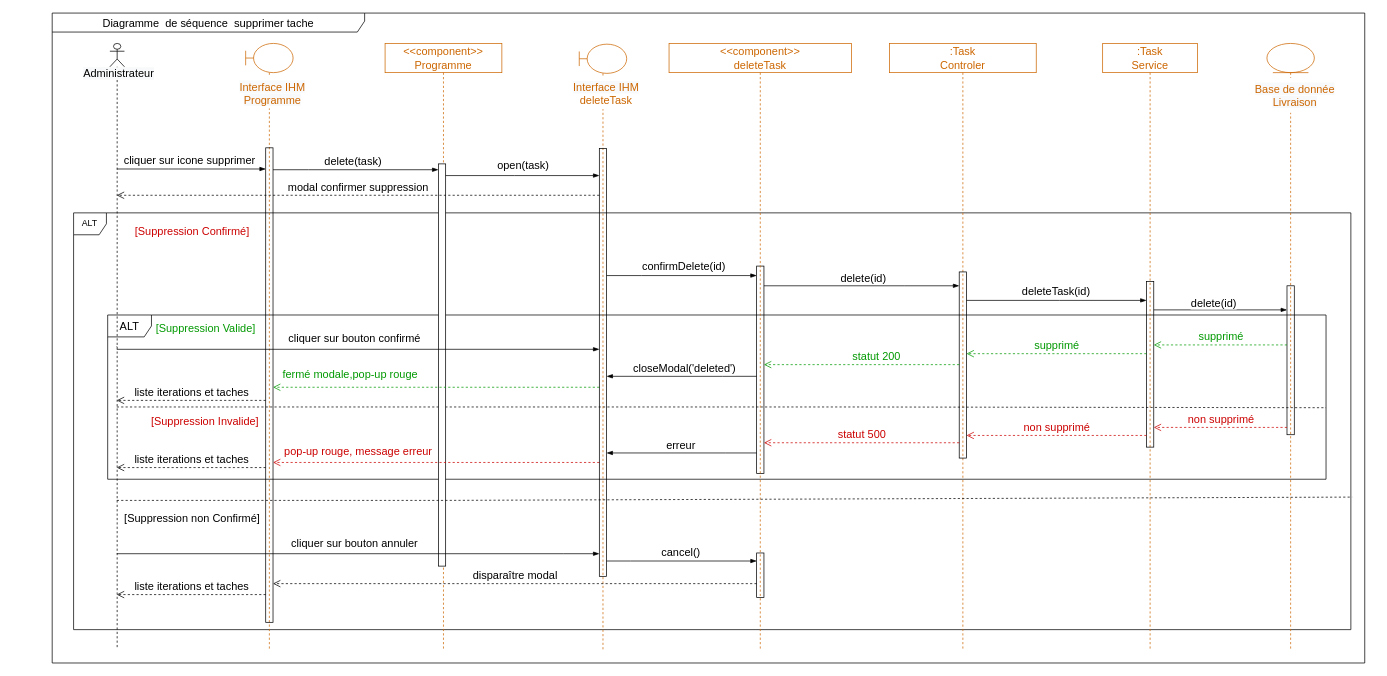
Above: page "Page-2" (2 of 2) of Delivery/Iteration&taskDiagrammeSequence.drawio in ZidiMedAmine/UML (draw.io), before the change. Source tidied: cells renumbered, new cells numbered last; positions are measured from the earlier drawing's top-left corner, leaving out a move shared by most shapes. Both pictures are drawn from the tidied source at 73%, with x=0, y=0 at pixel (12, 12).
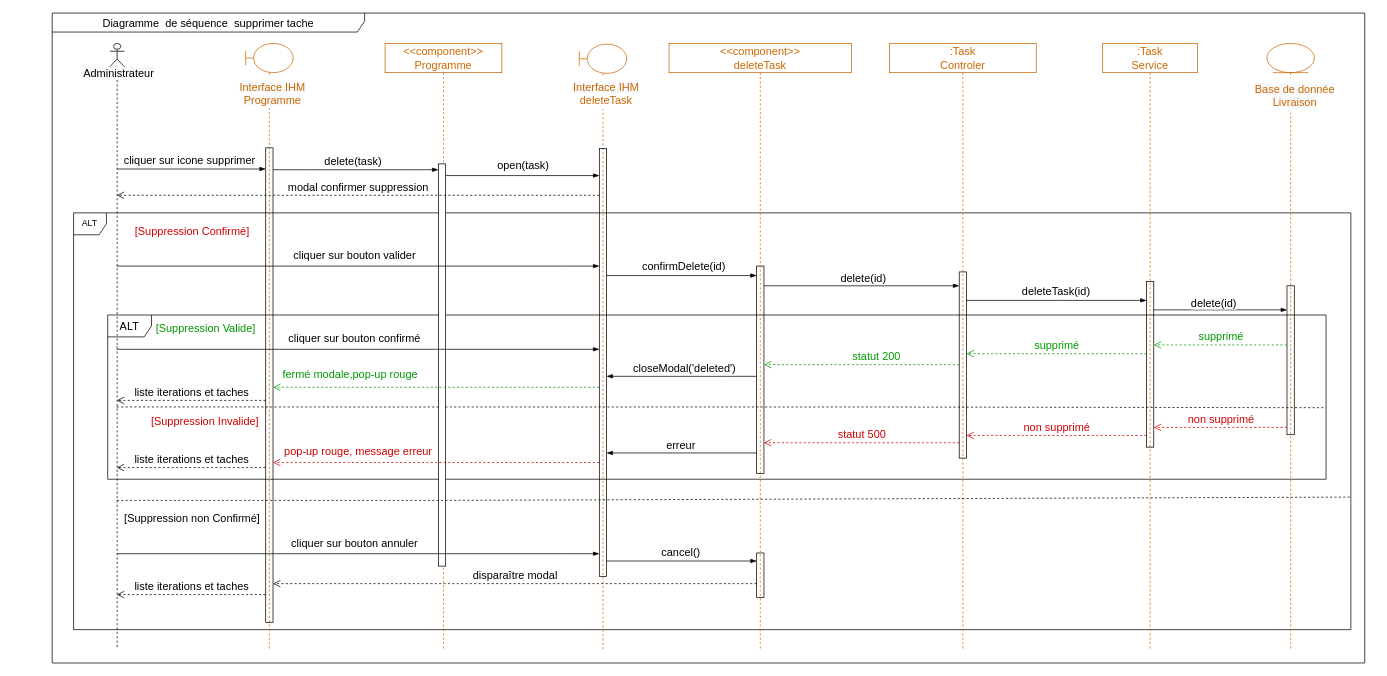
The same diagram, later.

Commit message:
Mettre à jour Iteration&taskDiagrammeSequence.drawio

Unchanged cells that the change refers to:
```xml
<mxCell id="13" style="shape=umlLifeline;participant=umlActor;perimeter=lifelinePerimeter;whiteSpace=wrap;html=1;verticalAlign=top;spacingTop=36;outlineConnect=0;fillColor=none;size=32;sketch=0;shadow=0;rounded=0;glass=0;" parent="1" vertex="1">
  <mxGeometry x="133" y="42" width="20" height="830" as="geometry" />
</mxCell>
<mxCell id="44" style="html=1;points=[];perimeter=orthogonalPerimeter;rounded=0;shadow=0;glass=0;sketch=0;fontSize=15;fillColor=none;" parent="42" vertex="1">
  <mxGeometry x="27.5" y="143" width="10" height="586" as="geometry" />
</mxCell>
```

Change to the diagram source:
```diff
@@
+    <mxCell id="72" style="edgeStyle=elbowEdgeStyle;fontSize=12;html=1;endArrow=blockThin;endFill=1;rounded=0;fontColor=#000000;" parent="1" edge="1" source="13" target="44">
+      <mxGeometry relative="1" as="geometry">
+        <Array as="points">
+          <mxPoint x="757.2" y="347" />
+          <mxPoint x="693.2" y="349" />
+          <mxPoint x="457.2" y="414" />
+          <mxPoint x="682.3" y="453" />
+        </Array>
+      </mxGeometry>
+    </mxCell>
+    <mxCell id="73" value="cliquer sur bouton valider" style="edgeLabel;html=1;align=center;verticalAlign=middle;fontSize=15;fontColor=#000000;" parent="72" vertex="1">
+      <mxGeometry x="0.08" y="-2" relative="1" as="geometry">
+        <mxPoint x="-32" y="-18" as="offset" />
+      </mxGeometry>
+    </mxCell>
```
